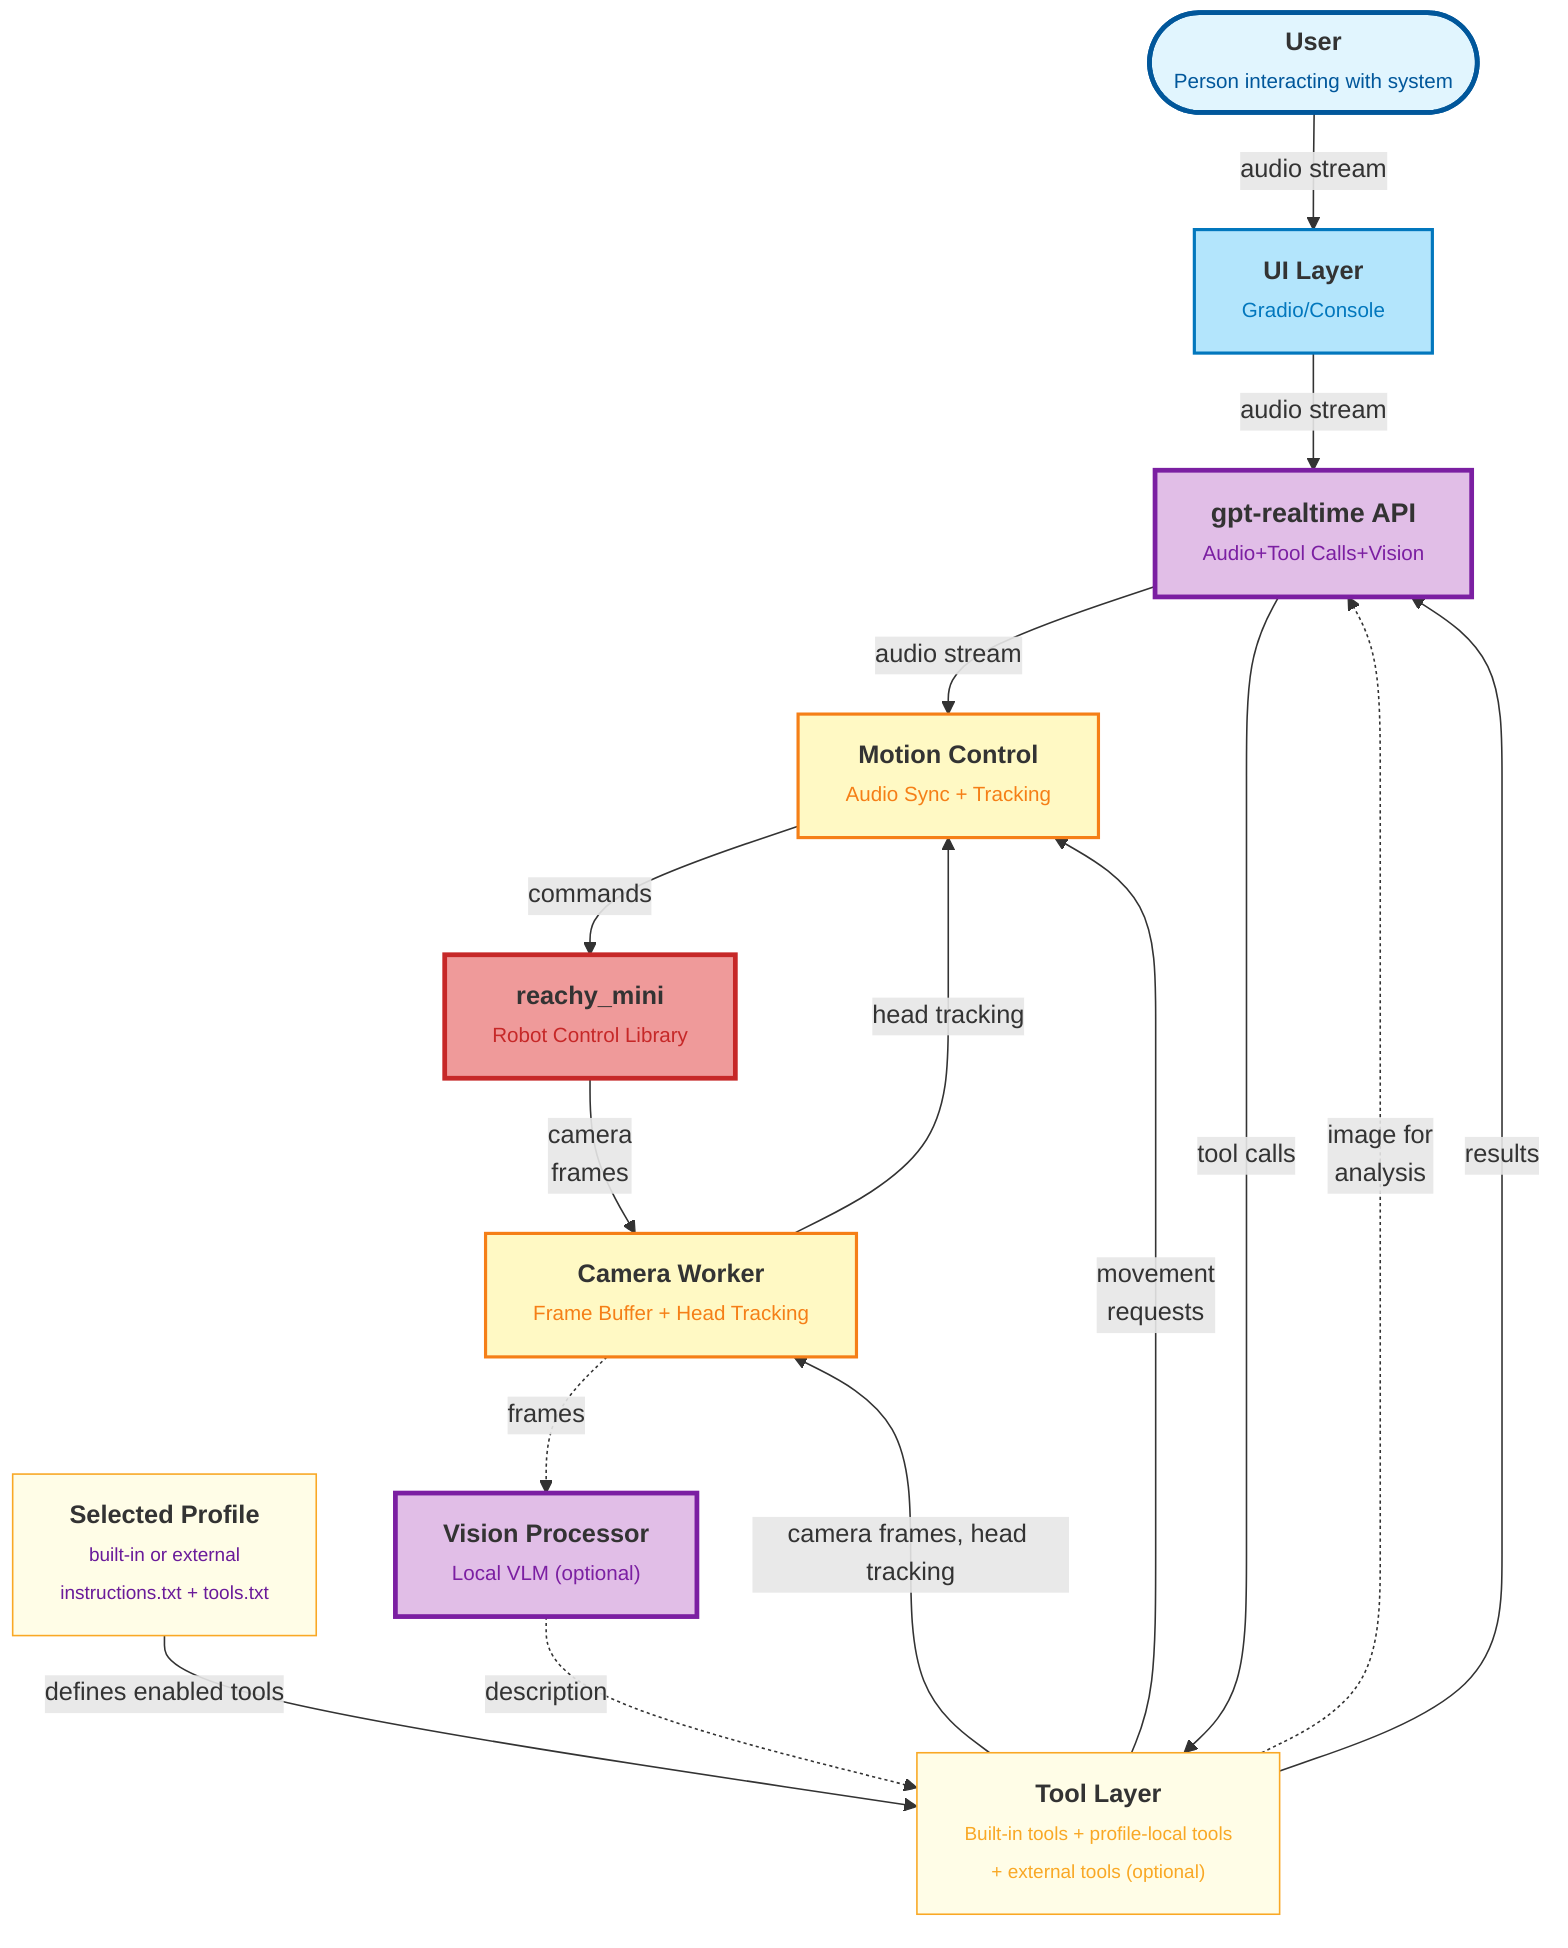
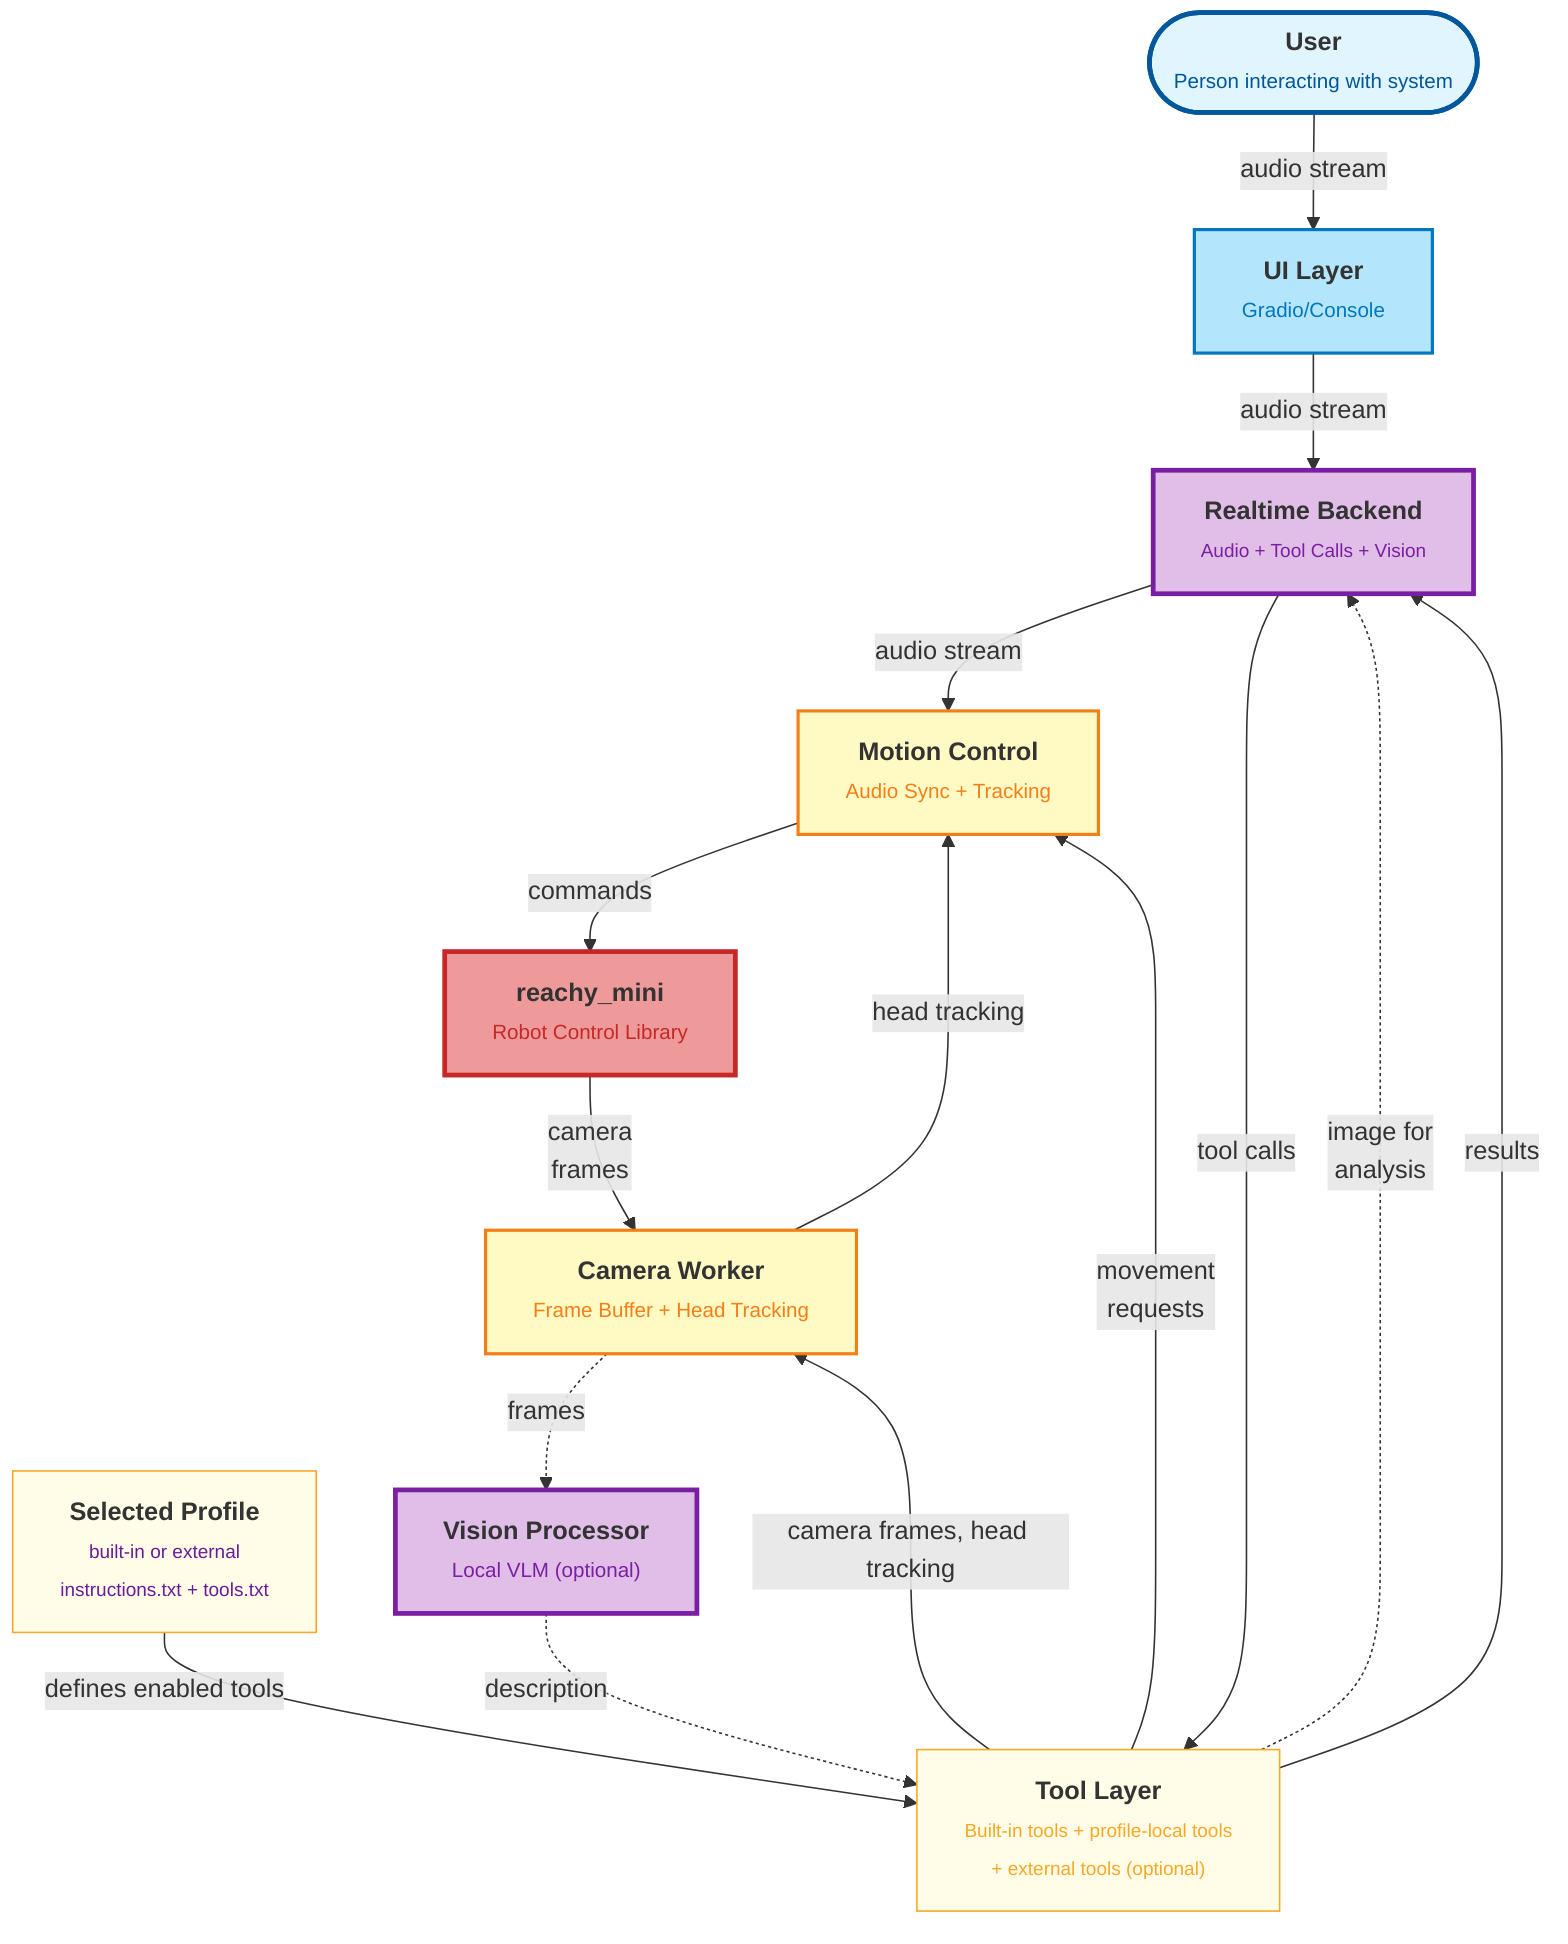
---
config:
  layout: dagre
  flowchart:
    htmlLabels: true
---
flowchart TB
    User(["<span style='font-size:16px;font-weight:bold;'>User</span><br><span style='font-size:13px;color:#01579b;'>Person interacting with system</span>"])
      -- audio stream -->
    UI@{ label: "<span style='font-size:16px;font-weight:bold;'>UI Layer</span><br><span style='font-size:13px;color:#0277bd;'>Gradio/Console</span>" }

    UI -- audio stream -->
-     OpenAI@{ label: "<span style='font-size:17px;font-weight:bold;'>gpt-realtime API</span><br><span style='font-size:13px; color:#7b1fa2;'>Audio+Tool Calls+Vision</span>" }
+     Backend@{ label: "<span style='font-size:16px;font-weight:bold;'>Realtime Backend</span><br><span style='font-size:12px; color:#7b1fa2;'>Audio + Tool Calls + Vision</span>" }

-     OpenAI -- audio stream -->
+     Backend -- audio stream -->
    Motion@{ label: "<span style='font-size:16px;font-weight:bold;'>Motion Control</span><br><span style='font-size:13px;color:#f57f17;'>Audio Sync + Tracking</span>" }

-     OpenAI -- tool calls -->
+     Backend -- tool calls -->
    Handlers@{ label: "<span style='font-size:16px;font-weight:bold;'>Tool Layer</span><br><span style='font-size:12px;color:#f9a825;'>Built-in tools + profile-local tools<br/>+ external tools (optional)</span>" }

    Profiles@{ label: "<span style='font-size:16px;font-weight:bold;'>Selected Profile</span><br><span style='font-size:12px;color:#6a1b9a;'>built-in or external<br/>instructions.txt + tools.txt</span>" }

    Profiles -- defines enabled tools --> Handlers

    Handlers -- movement
    requests --> Motion

    Handlers -- camera frames, head tracking -->
    Camera@{ label: "<span style='font-size:16px;font-weight:bold;'>Camera Worker</span><br><span style='font-size:13px;color:#f57f17;'>Frame Buffer + Head Tracking</span>" }

    Handlers -. image for
-     analysis .-> OpenAI
+     analysis .-> Backend

    Camera -- head tracking --> Motion

    Camera -. frames .->
    Vision@{ label: "<span style='font-size:16px;font-weight:bold;'>Vision Processor</span><br><span style='font-size:13px;color:#7b1fa2;'>Local VLM (optional)</span>" }

    Vision -. description .-> Handlers

    Robot@{ label: "<span style='font-size:16px;font-weight:bold;'>reachy_mini</span><br><span style='font-size:13px;color:#c62828;'>Robot Control Library</span>" }
    -- camera
    frames --> Camera

    Motion -- commands --> Robot

-     Handlers -- results --> OpenAI
+     Handlers -- results --> Backend

     User:::userStyle
     UI:::uiStyle
-      OpenAI:::aiStyle
+      Backend:::aiStyle
     Motion:::coreStyle
     Profiles:::toolStyle
     Handlers:::toolStyle
     Camera:::coreStyle
     Vision:::aiStyle
     Robot:::hardwareStyle
    classDef userStyle fill:#e1f5fe,stroke:#01579b,stroke-width:3px
    classDef uiStyle fill:#b3e5fc,stroke:#0277bd,stroke-width:2px
    classDef aiStyle fill:#e1bee7,stroke:#7b1fa2,stroke-width:3px
    classDef coreStyle fill:#fff9c4,stroke:#f57f17,stroke-width:2px
    classDef hardwareStyle fill:#ef9a9a,stroke:#c62828,stroke-width:3px
    classDef toolStyle fill:#fffde7,stroke:#f9a825,stroke-width:1px
